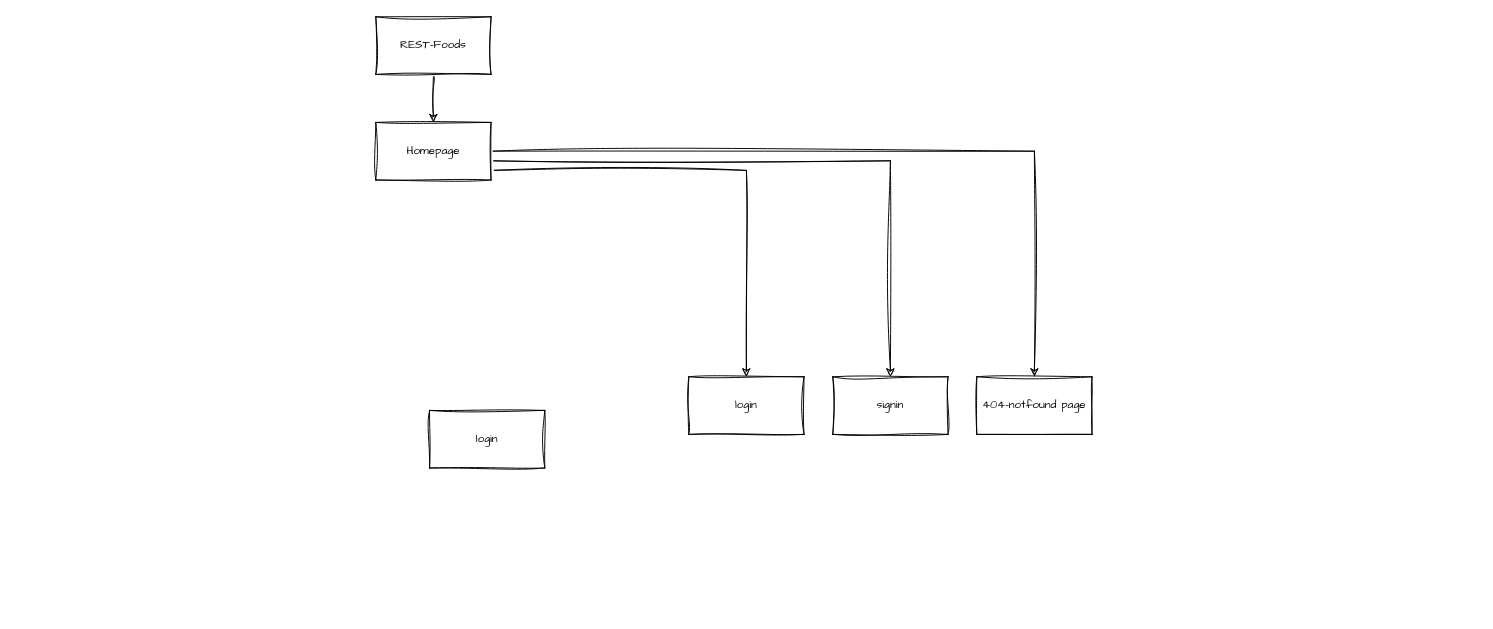
The draw.io diagram docs/03-sitemap/sitemap.drawio in Luka0731/2025-rest-foods-frontend-7, before the edit. Source tidied: cells renumbered, new cells numbered last; positions are measured from the earlier drawing's top-left corner, leaving out a move shared by most shapes. Both pictures are drawn from the tidied source at 96%, with x=0, y=0 at pixel (375, 16).
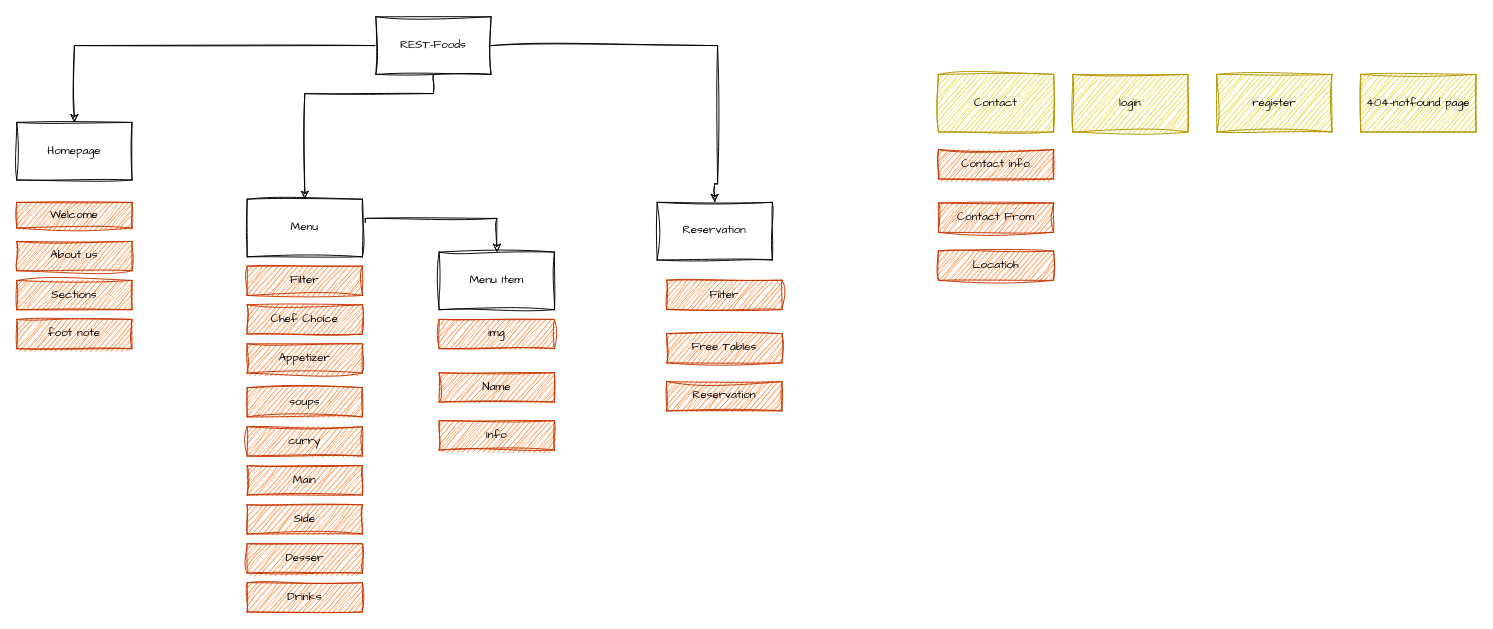
After the change.

The change refers to these unchanged cells:
```xml
<mxCell id="3" value="REST-Foods" style="rounded=0;whiteSpace=wrap;html=1;sketch=1;hachureGap=4;jiggle=2;curveFitting=1;fontFamily=Architects Daughter;" parent="1" vertex="1">
  <mxGeometry width="120" height="60" as="geometry" />
</mxCell>
```

What changed in the source:
```diff
@@
-    <mxCell id="4" value="404-notfound page" style="rounded=0;whiteSpace=wrap;html=1;sketch=1;hachureGap=4;jiggle=2;curveFitting=1;fontFamily=Architects Daughter;" parent="1" vertex="1">
-      <mxGeometry x="626" y="375" width="120" height="60" as="geometry" />
+    <mxCell id="4" value="404-notfound page" style="rounded=0;whiteSpace=wrap;html=1;sketch=1;hachureGap=4;jiggle=2;curveFitting=1;fontFamily=Architects Daughter;fillColor=#e3c800;fontColor=#000000;strokeColor=#B09500;" parent="1" vertex="1">
+      <mxGeometry x="1026" y="60" width="120" height="60" as="geometry" />
     </mxCell>
-    <mxCell id="5" value="login" style="rounded=0;whiteSpace=wrap;html=1;sketch=1;hachureGap=4;jiggle=2;curveFitting=1;fontFamily=Architects Daughter;" parent="1" vertex="1">
-      <mxGeometry x="326" y="375" width="120" height="60" as="geometry" />
-    </mxCell>
-    <mxCell id="6" value="signin" style="rounded=0;whiteSpace=wrap;html=1;sketch=1;hachureGap=4;jiggle=2;curveFitting=1;fontFamily=Architects Daughter;" parent="1" vertex="1">
-      <mxGeometry x="476" y="375" width="120" height="60" as="geometry" />
-    </mxCell>
-    <mxCell id="7" style="edgeStyle=orthogonalEdgeStyle;rounded=0;sketch=1;hachureGap=4;jiggle=2;curveFitting=1;jettySize=auto;html=1;entryX=0.5;entryY=0;entryDx=0;entryDy=0;fontFamily=Architects Daughter;" parent="1" edge="1" source="10" target="5">
-      <mxGeometry relative="1" as="geometry">
-        <Array as="points">
-          <mxPoint x="386" y="160" />
-        </Array>
-      </mxGeometry>
-    </mxCell>
-    <mxCell id="8" style="edgeStyle=orthogonalEdgeStyle;rounded=0;sketch=1;hachureGap=4;jiggle=2;curveFitting=1;jettySize=auto;html=1;entryX=0.5;entryY=0;entryDx=0;entryDy=0;fontFamily=Architects Daughter;" parent="1" edge="1" source="10" target="6">
-      <mxGeometry relative="1" as="geometry">
-        <Array as="points">
-          <mxPoint x="536" y="150" />
-        </Array>
-      </mxGeometry>
-    </mxCell>
-    <mxCell id="9" style="edgeStyle=orthogonalEdgeStyle;rounded=0;sketch=1;hachureGap=4;jiggle=2;curveFitting=1;jettySize=auto;html=1;entryX=0.5;entryY=0;entryDx=0;entryDy=0;fontFamily=Architects Daughter;" parent="1" edge="1" source="10" target="4">
-      <mxGeometry relative="1" as="geometry" />
-    </mxCell>
+    <mxCell id="12" value="login" style="rounded=0;whiteSpace=wrap;html=1;sketch=1;hachureGap=4;jiggle=2;curveFitting=1;fontFamily=Architects Daughter;fillColor=#e3c800;fontColor=#000000;strokeColor=#B09500;" parent="1" vertex="1">
+      <mxGeometry x="726" y="60" width="120" height="60" as="geometry" />
+    </mxCell>
+    <mxCell id="13" value="register" style="rounded=0;whiteSpace=wrap;html=1;sketch=1;hachureGap=4;jiggle=2;curveFitting=1;fontFamily=Architects Daughter;fillColor=#e3c800;fontColor=#000000;strokeColor=#B09500;" parent="1" vertex="1">
+      <mxGeometry x="876" y="60" width="120" height="60" as="geometry" />
+    </mxCell>
     <mxCell id="10" value="Homepage" style="rounded=0;whiteSpace=wrap;html=1;sketch=1;hachureGap=4;jiggle=2;curveFitting=1;fontFamily=Architects Daughter;" parent="1" vertex="1">
-      <mxGeometry y="110" width="120" height="60" as="geometry" />
+      <mxGeometry x="-374" y="110" width="120" height="60" as="geometry" />
     </mxCell>
-    <mxCell id="11" value="login" style="rounded=0;whiteSpace=wrap;html=1;sketch=1;hachureGap=4;jiggle=2;curveFitting=1;fontFamily=Architects Daughter;" parent="1" vertex="1">
-      <mxGeometry x="56" y="410" width="120" height="60" as="geometry" />
-    </mxCell>
+    <mxCell id="14" value="Menu" style="rounded=0;whiteSpace=wrap;html=1;sketch=1;hachureGap=4;jiggle=2;curveFitting=1;fontFamily=Architects Daughter;" parent="1" vertex="1">
+      <mxGeometry x="-134" y="190" width="120" height="60" as="geometry" />
+    </mxCell>
+    <mxCell id="15" value="Menu Item" style="rounded=0;whiteSpace=wrap;html=1;sketch=1;hachureGap=4;jiggle=2;curveFitting=1;fontFamily=Architects Daughter;" parent="1" vertex="1">
+      <mxGeometry x="66" y="245.1" width="120" height="60" as="geometry" />
+    </mxCell>
+    <mxCell id="16" value="Reservation" style="rounded=0;whiteSpace=wrap;html=1;sketch=1;hachureGap=4;jiggle=2;curveFitting=1;fontFamily=Architects Daughter;" parent="1" vertex="1">
+      <mxGeometry x="293" y="193.3" width="120" height="60" as="geometry" />
+    </mxCell>
+    <mxCell id="17" style="edgeStyle=none;curved=1;rounded=0;orthogonalLoop=1;jettySize=auto;html=1;exitX=1;exitY=0.5;exitDx=0;exitDy=0;fontSize=12;startSize=8;endSize=8;" parent="1" edge="1" source="15" target="15">
+      <mxGeometry relative="1" as="geometry" />
+    </mxCell>
+    <mxCell id="18" value="Contact" style="rounded=0;whiteSpace=wrap;html=1;sketch=1;hachureGap=4;jiggle=2;curveFitting=1;fontFamily=Architects Daughter;fillColor=#e3c800;fontColor=#000000;strokeColor=#B09500;" parent="1" vertex="1">
+      <mxGeometry x="586" y="60" width="120" height="60" as="geometry" />
+    </mxCell>
+    <mxCell id="19" style="edgeStyle=orthogonalEdgeStyle;rounded=0;sketch=1;hachureGap=4;jiggle=2;curveFitting=1;jettySize=auto;html=1;entryX=0.5;entryY=0;entryDx=0;entryDy=0;fontFamily=Architects Daughter;exitX=0.5;exitY=1;exitDx=0;exitDy=0;" parent="1" edge="1" source="3" target="14">
+      <mxGeometry relative="1" as="geometry">
+        <Array as="points">
+          <mxPoint x="60" y="80" />
+          <mxPoint x="-74" y="80" />
+        </Array>
+      </mxGeometry>
+    </mxCell>
+    <mxCell id="20" style="edgeStyle=orthogonalEdgeStyle;rounded=0;sketch=1;hachureGap=4;jiggle=2;curveFitting=1;jettySize=auto;html=1;entryX=0.5;entryY=0;entryDx=0;entryDy=0;fontFamily=Architects Daughter;exitX=1;exitY=0.5;exitDx=0;exitDy=0;" parent="1" edge="1" source="3" target="16">
+      <mxGeometry relative="1" as="geometry">
+        <Array as="points">
+          <mxPoint x="356" y="30" />
+          <mxPoint x="356" y="174" />
+        </Array>
+      </mxGeometry>
+    </mxCell>
+    <mxCell id="21" style="group;" parent="1" vertex="1">
+      <mxGeometry x="-134" y="300" width="120" height="320" as="geometry" />
+    </mxCell>
+    <mxCell id="22" value="Appetizer" style="rounded=0;whiteSpace=wrap;html=1;sketch=1;hachureGap=4;jiggle=2;curveFitting=1;fontFamily=Architects Daughter;fillColor=#fa6800;fontColor=#000000;strokeColor=#C73500;" parent="21" vertex="1">
+      <mxGeometry y="40.6" width="120" height="30.5" as="geometry" />
+    </mxCell>
+    <mxCell id="23" value="soups" style="rounded=0;whiteSpace=wrap;html=1;sketch=1;hachureGap=4;jiggle=2;curveFitting=1;fontFamily=Architects Daughter;fillColor=#fa6800;fontColor=#000000;strokeColor=#C73500;" parent="21" vertex="1">
+      <mxGeometry y="86.3" width="120" height="30.5" as="geometry" />
+    </mxCell>
+    <mxCell id="24" value="curry" style="rounded=0;whiteSpace=wrap;html=1;sketch=1;hachureGap=4;jiggle=2;curveFitting=1;fontFamily=Architects Daughter;fillColor=#fa6800;fontColor=#000000;strokeColor=#C73500;" parent="21" vertex="1">
+      <mxGeometry y="127" width="120" height="30.5" as="geometry" />
+    </mxCell>
+    <mxCell id="25" value="Main" style="rounded=0;whiteSpace=wrap;html=1;sketch=1;hachureGap=4;jiggle=2;curveFitting=1;fontFamily=Architects Daughter;fillColor=#fa6800;fontColor=#000000;strokeColor=#C73500;" parent="21" vertex="1">
+      <mxGeometry y="167.6" width="120" height="30.5" as="geometry" />
+    </mxCell>
+    <mxCell id="26" value="SIde" style="rounded=0;whiteSpace=wrap;html=1;sketch=1;hachureGap=4;jiggle=2;curveFitting=1;fontFamily=Architects Daughter;fillColor=#fa6800;fontColor=#000000;strokeColor=#C73500;" parent="21" vertex="1">
+      <mxGeometry y="208.3" width="120" height="30.5" as="geometry" />
+    </mxCell>
+    <mxCell id="27" value="Desser" style="rounded=0;whiteSpace=wrap;html=1;sketch=1;hachureGap=4;jiggle=2;curveFitting=1;fontFamily=Architects Daughter;fillColor=#fa6800;fontColor=#000000;strokeColor=#C73500;" parent="21" vertex="1">
+      <mxGeometry y="248.9" width="120" height="30.5" as="geometry" />
+    </mxCell>
+    <mxCell id="28" value="Drinks" style="rounded=0;whiteSpace=wrap;html=1;sketch=1;hachureGap=4;jiggle=2;curveFitting=1;fontFamily=Architects Daughter;fillColor=#fa6800;fontColor=#000000;strokeColor=#C73500;" parent="21" vertex="1">
+      <mxGeometry y="289.5" width="120" height="30.5" as="geometry" />
+    </mxCell>
+    <mxCell id="29" value="Chef Choice" style="rounded=0;whiteSpace=wrap;html=1;sketch=1;hachureGap=4;jiggle=2;curveFitting=1;fontFamily=Architects Daughter;fillColor=#fa6800;fontColor=#000000;strokeColor=#C73500;" parent="21" vertex="1">
+      <mxGeometry width="120" height="30.5" as="geometry" />
+    </mxCell>
+    <mxCell id="30" style="edgeStyle=none;curved=1;rounded=0;orthogonalLoop=1;jettySize=auto;html=1;exitX=0.5;exitY=1;exitDx=0;exitDy=0;fontSize=12;startSize=8;endSize=8;" parent="21" edge="1" source="24" target="24">
+      <mxGeometry relative="1" as="geometry" />
+    </mxCell>
+    <mxCell id="31" value="Reservation" style="rounded=0;whiteSpace=wrap;html=1;sketch=1;hachureGap=4;jiggle=2;curveFitting=1;fontFamily=Architects Daughter;fillColor=#fa6800;fontColor=#000000;strokeColor=#C73500;" parent="1" vertex="1">
+      <mxGeometry x="303" y="380" width="120" height="30.5" as="geometry" />
+    </mxCell>
+    <mxCell id="32" value="Welcome" style="rounded=0;whiteSpace=wrap;html=1;sketch=1;hachureGap=4;jiggle=2;curveFitting=1;fontFamily=Architects Daughter;fillColor=#fa6800;fontColor=#000000;strokeColor=#C73500;" parent="1" vertex="1">
+      <mxGeometry x="-374" y="193.3" width="120" height="26.7" as="geometry" />
+    </mxCell>
+    <mxCell id="33" value="About us" style="rounded=0;whiteSpace=wrap;html=1;sketch=1;hachureGap=4;jiggle=2;curveFitting=1;fontFamily=Architects Daughter;fillColor=#fa6800;fontColor=#000000;strokeColor=#C73500;" parent="1" vertex="1">
+      <mxGeometry x="-374" y="234" width="120" height="30.5" as="geometry" />
+    </mxCell>
+    <mxCell id="34" value="Sections" style="rounded=0;whiteSpace=wrap;html=1;sketch=1;hachureGap=4;jiggle=2;curveFitting=1;fontFamily=Architects Daughter;fillColor=#fa6800;fontColor=#000000;strokeColor=#C73500;" parent="1" vertex="1">
+      <mxGeometry x="-374" y="274.6" width="120" height="30.5" as="geometry" />
+    </mxCell>
+    <mxCell id="35" value="foot note" style="rounded=0;whiteSpace=wrap;html=1;sketch=1;hachureGap=4;jiggle=2;curveFitting=1;fontFamily=Architects Daughter;fillColor=#fa6800;fontColor=#000000;strokeColor=#C73500;" parent="1" vertex="1">
+      <mxGeometry x="-374" y="315.2" width="120" height="30.5" as="geometry" />
+    </mxCell>
+    <mxCell id="36" style="edgeStyle=none;curved=1;rounded=0;orthogonalLoop=1;jettySize=auto;html=1;exitX=0.5;exitY=1;exitDx=0;exitDy=0;fontSize=12;startSize=8;endSize=8;" parent="1" edge="1" source="32" target="32">
+      <mxGeometry relative="1" as="geometry" />
+    </mxCell>
+    <mxCell id="37" value="Filter" style="rounded=0;whiteSpace=wrap;html=1;sketch=1;hachureGap=4;jiggle=2;curveFitting=1;fontFamily=Architects Daughter;fillColor=#fa6800;fontColor=#000000;strokeColor=#C73500;" parent="1" vertex="1">
+      <mxGeometry x="-134" y="259.8" width="120" height="30.5" as="geometry" />
+    </mxCell>
+    <mxCell id="38" value="Filter" style="rounded=0;whiteSpace=wrap;html=1;sketch=1;hachureGap=4;jiggle=2;curveFitting=1;fontFamily=Architects Daughter;fillColor=#fa6800;fontColor=#000000;strokeColor=#C73500;" parent="1" vertex="1">
+      <mxGeometry x="303" y="274.4" width="120" height="30.5" as="geometry" />
+    </mxCell>
+    <mxCell id="39" value="Free Tables" style="rounded=0;whiteSpace=wrap;html=1;sketch=1;hachureGap=4;jiggle=2;curveFitting=1;fontFamily=Architects Daughter;fillColor=#fa6800;fontColor=#000000;strokeColor=#C73500;" parent="1" vertex="1">
+      <mxGeometry x="303" y="330" width="120" height="30.5" as="geometry" />
+    </mxCell>
+    <mxCell id="40" value="Info" style="rounded=0;whiteSpace=wrap;html=1;sketch=1;hachureGap=4;jiggle=2;curveFitting=1;fontFamily=Architects Daughter;fillColor=#fa6800;fontColor=#000000;strokeColor=#C73500;" parent="1" vertex="1">
+      <mxGeometry x="66" y="420.8" width="120" height="30.5" as="geometry" />
+    </mxCell>
+    <mxCell id="41" value="img" style="rounded=0;whiteSpace=wrap;html=1;sketch=1;hachureGap=4;jiggle=2;curveFitting=1;fontFamily=Architects Daughter;fillColor=#fa6800;fontColor=#000000;strokeColor=#C73500;" parent="1" vertex="1">
+      <mxGeometry x="66" y="315.2" width="120" height="30.5" as="geometry" />
+    </mxCell>
+    <mxCell id="42" value="Name" style="rounded=0;whiteSpace=wrap;html=1;sketch=1;hachureGap=4;jiggle=2;curveFitting=1;fontFamily=Architects Daughter;fillColor=#fa6800;fontColor=#000000;strokeColor=#C73500;" parent="1" vertex="1">
+      <mxGeometry x="66" y="370.8" width="120" height="30.5" as="geometry" />
+    </mxCell>
+    <mxCell id="43" style="edgeStyle=orthogonalEdgeStyle;rounded=0;sketch=1;hachureGap=4;jiggle=2;curveFitting=1;jettySize=auto;html=1;entryX=0.5;entryY=0;entryDx=0;entryDy=0;fontFamily=Architects Daughter;exitX=1.025;exitY=0.4;exitDx=0;exitDy=0;exitPerimeter=0;" parent="1" edge="1" source="14" target="15">
+      <mxGeometry relative="1" as="geometry">
+        <Array as="points">
+          <mxPoint x="-11" y="210" />
+          <mxPoint x="126" y="210" />
+        </Array>
+      </mxGeometry>
+    </mxCell>
+    <mxCell id="44" value="Locatioh" style="rounded=0;whiteSpace=wrap;html=1;sketch=1;hachureGap=4;jiggle=2;curveFitting=1;fontFamily=Architects Daughter;fillColor=#fa6800;fontColor=#000000;strokeColor=#C73500;" parent="1" vertex="1">
+      <mxGeometry x="586" y="244" width="120" height="30.5" as="geometry" />
+    </mxCell>
+    <mxCell id="45" value="Contact info" style="rounded=0;whiteSpace=wrap;html=1;sketch=1;hachureGap=4;jiggle=2;curveFitting=1;fontFamily=Architects Daughter;fillColor=#fa6800;fontColor=#000000;strokeColor=#C73500;" parent="1" vertex="1">
+      <mxGeometry x="586" y="138.4" width="120" height="30.5" as="geometry" />
+    </mxCell>
+    <mxCell id="46" value="Contact From" style="rounded=0;whiteSpace=wrap;html=1;sketch=1;hachureGap=4;jiggle=2;curveFitting=1;fontFamily=Architects Daughter;fillColor=#fa6800;fontColor=#000000;strokeColor=#C73500;" parent="1" vertex="1">
+      <mxGeometry x="586" y="194" width="120" height="30.5" as="geometry" />
+    </mxCell>
```
